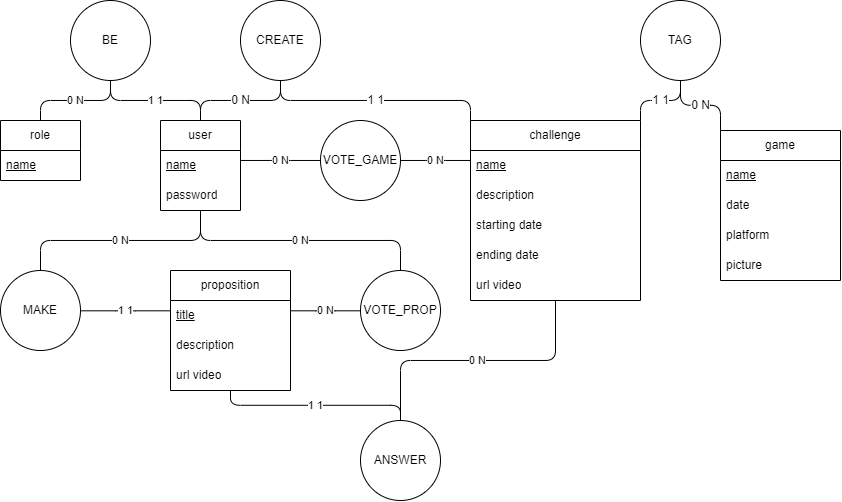
Earlier version of the draw.io export MCD.drawio.png (Zdep88/projet-GamerChallenges-docs). Source tidied: cells renumbered, new cells last; positions are measured from the earlier drawing's top-left corner, leaving out a move shared by most shapes.
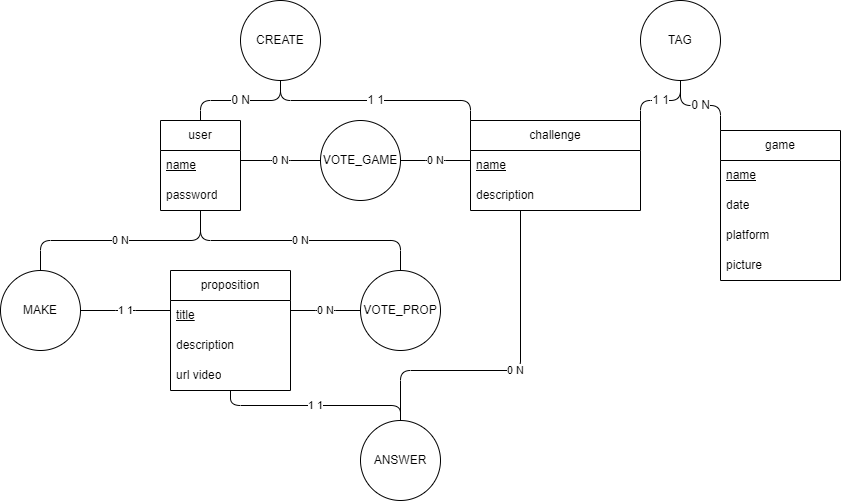
The same file after the commit.

Diff of the diagram source:
```diff
@@ -12,7 +12,7 @@
       <mxGeometry y="60" width="80" height="30" as="geometry" />
     </mxCell>
     <mxCell id="5" value="challenge" style="swimlane;fontStyle=0;horizontal=1;startSize=30;whiteSpace=wrap;html=1;strokeColor=#000000;fontFamily=Helvetica;fontSize=12;fontColor=#000000;fillColor=none;" parent="1" vertex="1">
-      <mxGeometry x="470" y="120" width="170" height="180" as="geometry" />
+      <mxGeometry x="470" y="120" width="170" height="90" as="geometry" />
     </mxCell>
     <mxCell id="6" value="name" style="text;strokeColor=none;fillColor=none;align=left;verticalAlign=middle;spacingLeft=4;spacingRight=4;overflow=hidden;whiteSpace=wrap;html=1;fontFamily=Helvetica;fontSize=12;fontColor=#000000;startSize=30;fontStyle=4;" parent="5" vertex="1">
       <mxGeometry y="30" width="170" height="30" as="geometry" />
@@ -20,15 +20,6 @@
     <mxCell id="7" value="description" style="text;strokeColor=none;fillColor=none;align=left;verticalAlign=middle;spacingLeft=4;spacingRight=4;overflow=hidden;whiteSpace=wrap;html=1;fontFamily=Helvetica;fontSize=12;fontColor=#000000;startSize=30;" parent="5" vertex="1">
       <mxGeometry y="60" width="170" height="30" as="geometry" />
     </mxCell>
-    <mxCell id="8" value="starting date" style="text;strokeColor=none;fillColor=none;align=left;verticalAlign=middle;spacingLeft=4;spacingRight=4;overflow=hidden;whiteSpace=wrap;html=1;fontFamily=Helvetica;fontSize=12;fontColor=#000000;startSize=30;" parent="5" vertex="1">
-      <mxGeometry y="90" width="170" height="30" as="geometry" />
-    </mxCell>
-    <mxCell id="9" value="ending date" style="text;strokeColor=none;fillColor=none;align=left;verticalAlign=middle;spacingLeft=4;spacingRight=4;overflow=hidden;whiteSpace=wrap;html=1;fontFamily=Helvetica;fontSize=12;fontColor=#000000;startSize=30;" parent="5" vertex="1">
-      <mxGeometry y="120" width="170" height="30" as="geometry" />
-    </mxCell>
-    <mxCell id="10" value="url video" style="text;strokeColor=none;fillColor=none;align=left;verticalAlign=middle;spacingLeft=4;spacingRight=4;overflow=hidden;whiteSpace=wrap;html=1;fontFamily=Helvetica;fontSize=12;fontColor=#000000;startSize=30;" parent="5" vertex="1">
-      <mxGeometry y="150" width="170" height="30" as="geometry" />
-    </mxCell>
     <mxCell id="11" style="group;" parent="1" vertex="1">
       <mxGeometry x="240" width="80" height="80" as="geometry" />
     </mxCell>
@@ -68,24 +59,6 @@
     <mxCell id="23" value="1 1" style="edgeStyle=elbowEdgeStyle;shape=connector;rounded=1;elbow=vertical;html=1;entryX=1;entryY=0;entryDx=0;entryDy=0;labelBackgroundColor=#FFFFFF;strokeColor=#000000;fontFamily=Helvetica;fontSize=12;fontColor=#000000;endArrow=none;endFill=0;startSize=30;" parent="1" edge="1" source="21" target="5">
       <mxGeometry relative="1" as="geometry" />
     </mxCell>
-    <mxCell id="24" style="group;" parent="1" vertex="1">
-      <mxGeometry x="70" width="80" height="80" as="geometry" />
-    </mxCell>
-    <mxCell id="25" value="BE" style="ellipse;whiteSpace=wrap;html=1;strokeColor=#000000;fontFamily=Helvetica;fontSize=12;fontColor=#000000;startSize=30;fillColor=none;" parent="24" vertex="1">
-      <mxGeometry width="80" height="80" as="geometry" />
-    </mxCell>
-    <mxCell id="26" value="role" style="swimlane;fontStyle=0;horizontal=1;startSize=30;whiteSpace=wrap;html=1;fillColor=none;strokeColor=#000000;fontColor=#000000;" parent="1" vertex="1">
-      <mxGeometry y="120" width="80" height="60" as="geometry" />
-    </mxCell>
-    <mxCell id="27" value="name" style="text;strokeColor=none;fillColor=none;align=left;verticalAlign=middle;spacingLeft=4;spacingRight=4;overflow=hidden;whiteSpace=wrap;html=1;fontColor=#000000;fontStyle=4;" parent="26" vertex="1">
-      <mxGeometry y="30" width="80" height="30" as="geometry" />
-    </mxCell>
-    <mxCell id="28" value="0 N" style="edgeStyle=elbowEdgeStyle;shape=connector;rounded=1;elbow=vertical;html=1;labelBackgroundColor=#FFFFFF;strokeColor=#000000;fontFamily=Helvetica;fontSize=11;fontColor=#000000;endArrow=none;endFill=0;" parent="1" edge="1" source="25" target="26">
-      <mxGeometry relative="1" as="geometry" />
-    </mxCell>
-    <mxCell id="29" value="1 1" style="edgeStyle=elbowEdgeStyle;shape=connector;rounded=1;elbow=vertical;html=1;labelBackgroundColor=#FFFFFF;strokeColor=#000000;fontFamily=Helvetica;fontSize=11;fontColor=#000000;endArrow=none;endFill=0;" parent="1" edge="1" source="25" target="2">
-      <mxGeometry relative="1" as="geometry" />
-    </mxCell>
     <mxCell id="30" value="proposition" style="swimlane;fontStyle=0;horizontal=1;startSize=30;whiteSpace=wrap;html=1;strokeColor=#000000;fontFamily=Helvetica;fontSize=12;fontColor=#000000;fillColor=none;" parent="1" vertex="1">
       <mxGeometry x="170" y="270" width="120" height="120" as="geometry" />
     </mxCell>
@@ -105,7 +78,11 @@
       <mxGeometry width="80" height="80" as="geometry" />
     </mxCell>
     <mxCell id="36" value="0 N" style="edgeStyle=elbowEdgeStyle;shape=connector;rounded=1;elbow=vertical;html=1;labelBackgroundColor=#FFFFFF;strokeColor=#000000;fontFamily=Helvetica;fontSize=11;fontColor=#000000;endArrow=none;endFill=0;" parent="1" edge="1" source="35" target="5">
-      <mxGeometry relative="1" as="geometry" />
+      <mxGeometry relative="1" as="geometry">
+        <Array as="points">
+          <mxPoint x="520" y="370" />
+        </Array>
+      </mxGeometry>
     </mxCell>
     <mxCell id="37" value="1 1" style="edgeStyle=elbowEdgeStyle;shape=connector;rounded=1;elbow=vertical;html=1;labelBackgroundColor=#FFFFFF;strokeColor=#000000;fontFamily=Helvetica;fontSize=11;fontColor=#000000;endArrow=none;endFill=0;" parent="1" edge="1" source="35" target="30">
       <mxGeometry relative="1" as="geometry" />
```
